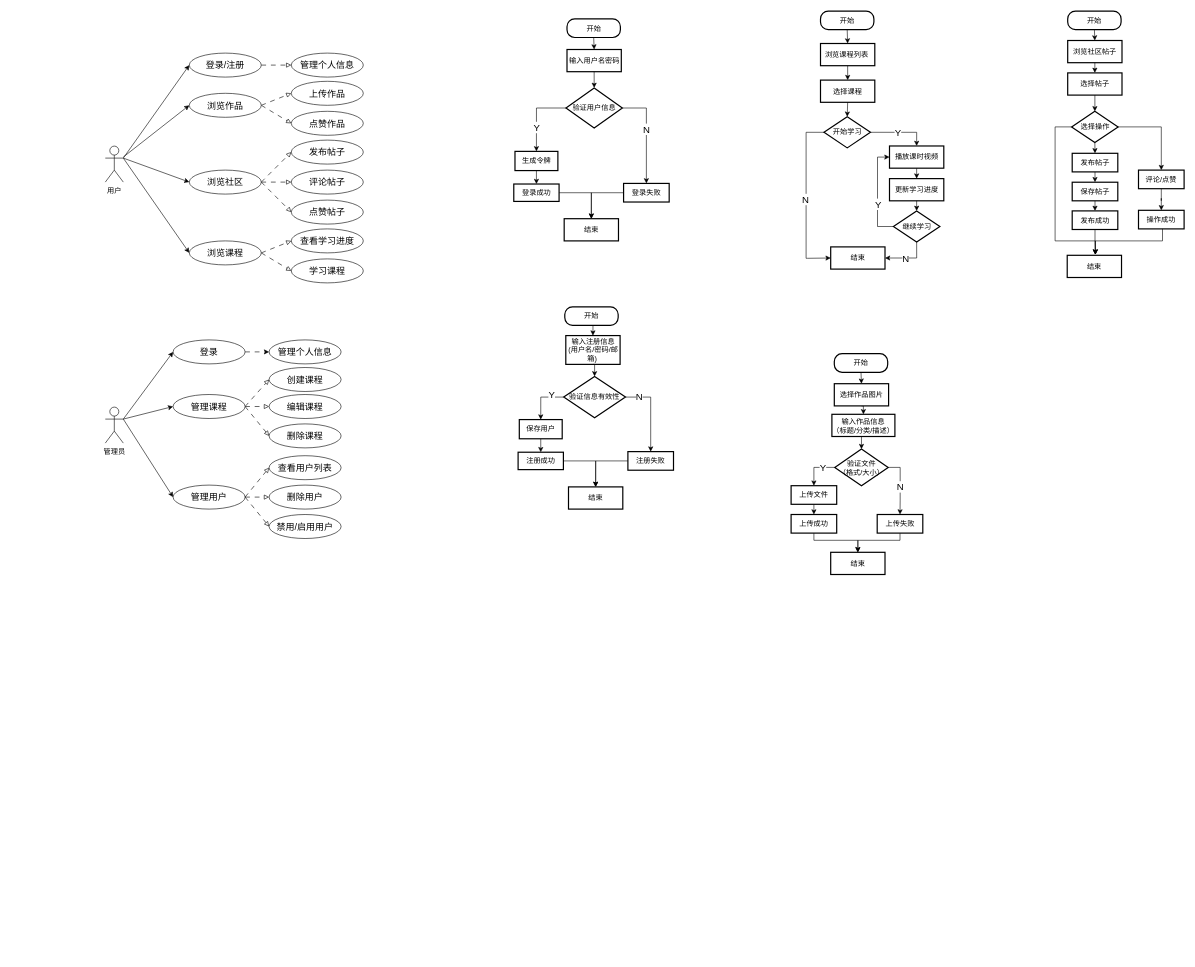
The draw.io diagram Untitled Diagram.drawio in tourbillon-e/remote-repo, before the edit. Source tidied: cells renumbered, new cells numbered last; positions are measured from the earlier drawing's top-left corner, leaving out a move shared by most shapes. Both pictures are drawn from the tidied source at 60%, with x=0, y=0 at pixel (105, 11).
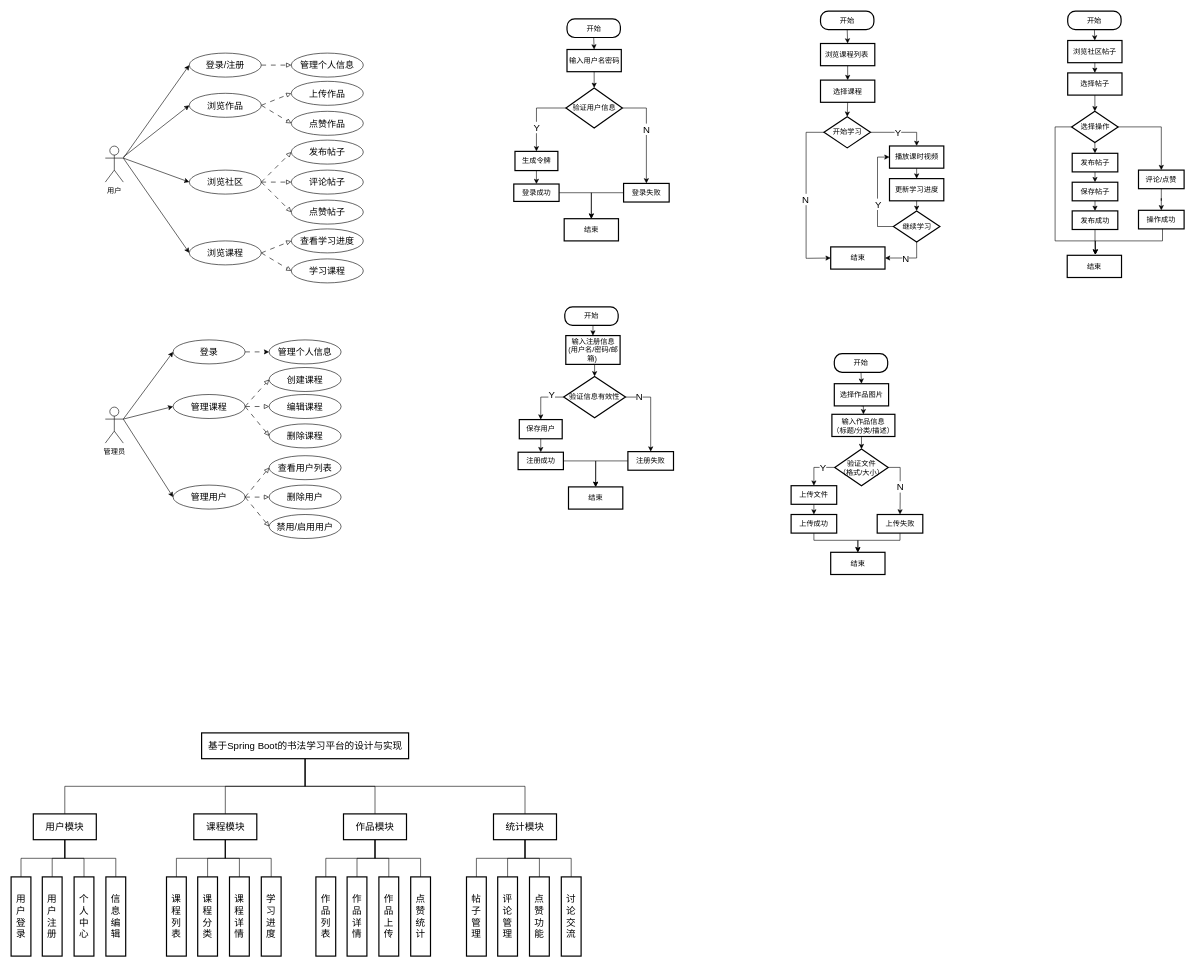
The same diagram, later.

Change to the diagram source:
```diff
@@
+    <mxCell id="140" style="edgeStyle=orthogonalEdgeStyle;rounded=0;jettySize=auto;html=1;entryX=0.5;entryY=0;entryDx=0;entryDy=0;endArrow=none;endFill=0;" parent="1" edge="1" source="144" target="154">
+      <mxGeometry relative="1" as="geometry" />
+    </mxCell>
+    <mxCell id="141" style="edgeStyle=orthogonalEdgeStyle;rounded=0;jettySize=auto;html=1;entryX=0.5;entryY=0;entryDx=0;entryDy=0;endArrow=none;endFill=0;" parent="1" edge="1" source="144" target="159">
+      <mxGeometry relative="1" as="geometry" />
+    </mxCell>
+    <mxCell id="142" style="edgeStyle=orthogonalEdgeStyle;rounded=0;jettySize=auto;html=1;entryX=0.5;entryY=0;entryDx=0;entryDy=0;exitX=0.5;exitY=1;exitDx=0;exitDy=0;endArrow=none;endFill=0;" parent="1" edge="1" source="144" target="164">
+      <mxGeometry relative="1" as="geometry" />
+    </mxCell>
+    <mxCell id="143" style="edgeStyle=orthogonalEdgeStyle;rounded=0;jettySize=auto;html=1;entryX=0.5;entryY=0;entryDx=0;entryDy=0;exitX=0.5;exitY=1;exitDx=0;exitDy=0;endArrow=none;endFill=0;" parent="1" edge="1" source="144" target="149">
+      <mxGeometry relative="1" as="geometry" />
+    </mxCell>
+    <mxCell id="144" value="&lt;font style=&quot;font-size: 16px;&quot;&gt;基于Spring Boot的书法学习平台的设计与实现&lt;/font&gt;" style="rounded=0;whiteSpace=wrap;html=1;strokeWidth=2;" parent="1" vertex="1">
+      <mxGeometry x="160.5" y="1203" width="345" height="43" as="geometry" />
+    </mxCell>
+    <mxCell id="145" style="edgeStyle=orthogonalEdgeStyle;rounded=0;jettySize=auto;html=1;entryX=0.5;entryY=0;entryDx=0;entryDy=0;exitX=0.5;exitY=1;exitDx=0;exitDy=0;endArrow=none;endFill=0;" parent="1" edge="1" source="149" target="165">
+      <mxGeometry relative="1" as="geometry" />
+    </mxCell>
+    <mxCell id="146" style="edgeStyle=orthogonalEdgeStyle;rounded=0;jettySize=auto;html=1;entryX=0.5;entryY=0;entryDx=0;entryDy=0;endArrow=none;endFill=0;" parent="1" edge="1" source="149" target="166">
+      <mxGeometry relative="1" as="geometry" />
+    </mxCell>
+    <mxCell id="147" style="edgeStyle=orthogonalEdgeStyle;rounded=0;jettySize=auto;html=1;entryX=0.5;entryY=0;entryDx=0;entryDy=0;endArrow=none;endFill=0;" parent="1" edge="1" source="149" target="167">
+      <mxGeometry relative="1" as="geometry" />
+    </mxCell>
+    <mxCell id="148" style="edgeStyle=orthogonalEdgeStyle;rounded=0;jettySize=auto;html=1;entryX=0.5;entryY=0;entryDx=0;entryDy=0;exitX=0.5;exitY=1;exitDx=0;exitDy=0;endArrow=none;endFill=0;" parent="1" edge="1" source="149" target="168">
+      <mxGeometry relative="1" as="geometry" />
+    </mxCell>
+    <mxCell id="149" value="&lt;font style=&quot;font-size: 16px;&quot;&gt;用户模块&lt;/font&gt;" style="rounded=0;whiteSpace=wrap;html=1;strokeWidth=2;" parent="1" vertex="1">
+      <mxGeometry x="-120" y="1338" width="105" height="43" as="geometry" />
+    </mxCell>
+    <mxCell id="150" style="edgeStyle=orthogonalEdgeStyle;rounded=0;jettySize=auto;html=1;entryX=0.5;entryY=0;entryDx=0;entryDy=0;exitX=0.5;exitY=1;exitDx=0;exitDy=0;endArrow=none;endFill=0;" parent="1" edge="1" source="154" target="169">
+      <mxGeometry relative="1" as="geometry" />
+    </mxCell>
+    <mxCell id="151" style="edgeStyle=orthogonalEdgeStyle;rounded=0;jettySize=auto;html=1;entryX=0.5;entryY=0;entryDx=0;entryDy=0;endArrow=none;endFill=0;" parent="1" edge="1" source="154" target="170">
+      <mxGeometry relative="1" as="geometry" />
+    </mxCell>
+    <mxCell id="152" style="edgeStyle=orthogonalEdgeStyle;rounded=0;jettySize=auto;html=1;entryX=0.5;entryY=0;entryDx=0;entryDy=0;endArrow=none;endFill=0;" parent="1" edge="1" source="154" target="171">
+      <mxGeometry relative="1" as="geometry" />
+    </mxCell>
+    <mxCell id="153" style="edgeStyle=orthogonalEdgeStyle;rounded=0;jettySize=auto;html=1;entryX=0.5;entryY=0;entryDx=0;entryDy=0;exitX=0.5;exitY=1;exitDx=0;exitDy=0;endArrow=none;endFill=0;" parent="1" edge="1" source="154" target="172">
+      <mxGeometry relative="1" as="geometry" />
+    </mxCell>
+    <mxCell id="154" value="&lt;font style=&quot;font-size: 16px;&quot;&gt;课程模块&lt;/font&gt;" style="rounded=0;whiteSpace=wrap;html=1;strokeWidth=2;" parent="1" vertex="1">
+      <mxGeometry x="147.5" y="1338" width="105" height="43" as="geometry" />
+    </mxCell>
+    <mxCell id="155" style="edgeStyle=orthogonalEdgeStyle;rounded=0;jettySize=auto;html=1;entryX=0.5;entryY=0;entryDx=0;entryDy=0;endArrow=none;endFill=0;" parent="1" edge="1" source="159" target="174">
+      <mxGeometry relative="1" as="geometry" />
+    </mxCell>
+    <mxCell id="156" style="edgeStyle=orthogonalEdgeStyle;rounded=0;jettySize=auto;html=1;entryX=0.5;entryY=0;entryDx=0;entryDy=0;endArrow=none;endFill=0;" parent="1" edge="1" source="159" target="175">
+      <mxGeometry relative="1" as="geometry" />
+    </mxCell>
+    <mxCell id="157" style="edgeStyle=orthogonalEdgeStyle;rounded=0;jettySize=auto;html=1;entryX=0.5;entryY=0;entryDx=0;entryDy=0;exitX=0.5;exitY=1;exitDx=0;exitDy=0;endArrow=none;endFill=0;" parent="1" edge="1" source="159" target="173">
+      <mxGeometry relative="1" as="geometry" />
+    </mxCell>
+    <mxCell id="158" style="edgeStyle=orthogonalEdgeStyle;rounded=0;jettySize=auto;html=1;exitX=0.5;exitY=1;exitDx=0;exitDy=0;entryX=0.5;entryY=0;entryDx=0;entryDy=0;endArrow=none;endFill=0;" parent="1" edge="1" source="159" target="176">
+      <mxGeometry relative="1" as="geometry" />
+    </mxCell>
+    <mxCell id="159" value="&lt;font style=&quot;font-size: 16px;&quot;&gt;作品模块&lt;/font&gt;" style="rounded=0;whiteSpace=wrap;html=1;strokeWidth=2;" parent="1" vertex="1">
+      <mxGeometry x="397" y="1338" width="105" height="43" as="geometry" />
+    </mxCell>
+    <mxCell id="160" style="edgeStyle=orthogonalEdgeStyle;rounded=0;jettySize=auto;html=1;entryX=0.5;entryY=0;entryDx=0;entryDy=0;endArrow=none;endFill=0;" parent="1" edge="1" source="164" target="179">
+      <mxGeometry relative="1" as="geometry" />
+    </mxCell>
+    <mxCell id="161" style="edgeStyle=orthogonalEdgeStyle;rounded=0;jettySize=auto;html=1;entryX=0.5;entryY=0;entryDx=0;entryDy=0;endArrow=none;endFill=0;" parent="1" edge="1" source="164" target="178">
+      <mxGeometry relative="1" as="geometry" />
+    </mxCell>
+    <mxCell id="162" style="edgeStyle=orthogonalEdgeStyle;rounded=0;jettySize=auto;html=1;entryX=0.5;entryY=0;entryDx=0;entryDy=0;exitX=0.5;exitY=1;exitDx=0;exitDy=0;endArrow=none;endFill=0;" parent="1" edge="1" source="164" target="177">
+      <mxGeometry relative="1" as="geometry" />
+    </mxCell>
+    <mxCell id="163" style="edgeStyle=orthogonalEdgeStyle;rounded=0;jettySize=auto;html=1;entryX=0.5;entryY=0;entryDx=0;entryDy=0;exitX=0.5;exitY=1;exitDx=0;exitDy=0;endArrow=none;endFill=0;" parent="1" edge="1" source="164" target="180">
+      <mxGeometry relative="1" as="geometry" />
+    </mxCell>
+    <mxCell id="164" value="&lt;font style=&quot;font-size: 16px;&quot;&gt;统计模块&lt;/font&gt;" style="rounded=0;whiteSpace=wrap;html=1;strokeWidth=2;" parent="1" vertex="1">
+      <mxGeometry x="647" y="1338" width="105" height="43" as="geometry" />
+    </mxCell>
+    <mxCell id="165" value="&lt;div style=&quot;&quot;&gt;&lt;span style=&quot;background-color: transparent; color: light-dark(rgb(0, 0, 0), rgb(255, 255, 255));&quot;&gt;&lt;font style=&quot;font-size: 16px;&quot;&gt;用户登录&lt;/font&gt;&lt;/span&gt;&lt;/div&gt;" style="rounded=0;whiteSpace=wrap;html=1;strokeWidth=2;align=center;" parent="1" vertex="1">
+      <mxGeometry x="-157" y="1443" width="33" height="132" as="geometry" />
+    </mxCell>
+    <mxCell id="166" value="&lt;div style=&quot;&quot;&gt;&lt;span style=&quot;background-color: transparent; color: light-dark(rgb(0, 0, 0), rgb(255, 255, 255));&quot;&gt;&lt;font style=&quot;font-size: 16px;&quot;&gt;用户注册&lt;/font&gt;&lt;/span&gt;&lt;/div&gt;" style="rounded=0;whiteSpace=wrap;html=1;strokeWidth=2;align=center;" parent="1" vertex="1">
+      <mxGeometry x="-105" y="1443" width="33" height="132" as="geometry" />
+    </mxCell>
+    <mxCell id="167" value="&lt;div style=&quot;&quot;&gt;&lt;span style=&quot;font-size: 16px;&quot;&gt;个人中心&lt;/span&gt;&lt;/div&gt;" style="rounded=0;whiteSpace=wrap;html=1;strokeWidth=2;align=center;" parent="1" vertex="1">
+      <mxGeometry x="-52" y="1443" width="33" height="132" as="geometry" />
+    </mxCell>
+    <mxCell id="168" value="&lt;div style=&quot;&quot;&gt;&lt;span style=&quot;font-size: 16px;&quot;&gt;信息编辑&lt;/span&gt;&lt;/div&gt;" style="rounded=0;whiteSpace=wrap;html=1;strokeWidth=2;align=center;" parent="1" vertex="1">
+      <mxGeometry x="1" y="1443" width="33" height="132" as="geometry" />
+    </mxCell>
+    <mxCell id="169" value="&lt;div style=&quot;&quot;&gt;&lt;span style=&quot;font-size: 16px;&quot;&gt;课程列表&lt;/span&gt;&lt;/div&gt;" style="rounded=0;whiteSpace=wrap;html=1;strokeWidth=2;align=center;" parent="1" vertex="1">
+      <mxGeometry x="102" y="1443" width="33" height="132" as="geometry" />
+    </mxCell>
+    <mxCell id="170" value="&lt;div style=&quot;&quot;&gt;&lt;span style=&quot;font-size: 16px;&quot;&gt;课程分类&lt;/span&gt;&lt;/div&gt;" style="rounded=0;whiteSpace=wrap;html=1;strokeWidth=2;align=center;" parent="1" vertex="1">
+      <mxGeometry x="154" y="1443" width="33" height="132" as="geometry" />
+    </mxCell>
+    <mxCell id="171" value="&lt;div style=&quot;&quot;&gt;&lt;span style=&quot;font-size: 16px;&quot;&gt;课程详情&lt;/span&gt;&lt;/div&gt;" style="rounded=0;whiteSpace=wrap;html=1;strokeWidth=2;align=center;" parent="1" vertex="1">
+      <mxGeometry x="207" y="1443" width="33" height="132" as="geometry" />
+    </mxCell>
+    <mxCell id="172" value="&lt;div style=&quot;&quot;&gt;&lt;span style=&quot;font-size: 16px;&quot;&gt;学习进度&lt;/span&gt;&lt;/div&gt;" style="rounded=0;whiteSpace=wrap;html=1;strokeWidth=2;align=center;" parent="1" vertex="1">
+      <mxGeometry x="260" y="1443" width="33" height="132" as="geometry" />
+    </mxCell>
+    <mxCell id="173" value="&lt;div style=&quot;&quot;&gt;&lt;span style=&quot;font-size: 16px;&quot;&gt;作品列表&lt;/span&gt;&lt;/div&gt;" style="rounded=0;whiteSpace=wrap;html=1;strokeWidth=2;align=center;" parent="1" vertex="1">
+      <mxGeometry x="351" y="1443" width="33" height="132" as="geometry" />
+    </mxCell>
+    <mxCell id="174" value="&lt;div style=&quot;&quot;&gt;&lt;span style=&quot;font-size: 16px;&quot;&gt;作品详情&lt;/span&gt;&lt;/div&gt;" style="rounded=0;whiteSpace=wrap;html=1;strokeWidth=2;align=center;" parent="1" vertex="1">
+      <mxGeometry x="403" y="1443" width="33" height="132" as="geometry" />
+    </mxCell>
+    <mxCell id="175" value="&lt;div style=&quot;&quot;&gt;&lt;span style=&quot;font-size: 16px;&quot;&gt;作品上传&lt;/span&gt;&lt;/div&gt;" style="rounded=0;whiteSpace=wrap;html=1;strokeWidth=2;align=center;" parent="1" vertex="1">
+      <mxGeometry x="456" y="1443" width="33" height="132" as="geometry" />
+    </mxCell>
+    <mxCell id="176" value="&lt;div style=&quot;&quot;&gt;&lt;span style=&quot;font-size: 16px;&quot;&gt;点赞统计&lt;/span&gt;&lt;/div&gt;" style="rounded=0;whiteSpace=wrap;html=1;strokeWidth=2;align=center;" parent="1" vertex="1">
+      <mxGeometry x="509" y="1443" width="33" height="132" as="geometry" />
+    </mxCell>
+    <mxCell id="177" value="&lt;div style=&quot;&quot;&gt;&lt;span style=&quot;font-size: 16px;&quot;&gt;帖子管理&lt;/span&gt;&lt;/div&gt;" style="rounded=0;whiteSpace=wrap;html=1;strokeWidth=2;align=center;" parent="1" vertex="1">
+      <mxGeometry x="602" y="1443" width="33" height="132" as="geometry" />
+    </mxCell>
+    <mxCell id="178" value="&lt;div style=&quot;&quot;&gt;&lt;span style=&quot;font-size: 16px;&quot;&gt;评论管理&lt;/span&gt;&lt;/div&gt;" style="rounded=0;whiteSpace=wrap;html=1;strokeWidth=2;align=center;" parent="1" vertex="1">
+      <mxGeometry x="654" y="1443" width="33" height="132" as="geometry" />
+    </mxCell>
+    <mxCell id="179" value="&lt;div style=&quot;&quot;&gt;&lt;span style=&quot;font-size: 16px;&quot;&gt;点赞功能&lt;/span&gt;&lt;/div&gt;" style="rounded=0;whiteSpace=wrap;html=1;strokeWidth=2;align=center;" parent="1" vertex="1">
+      <mxGeometry x="707" y="1443" width="33" height="132" as="geometry" />
+    </mxCell>
+    <mxCell id="180" value="&lt;div style=&quot;&quot;&gt;&lt;span style=&quot;font-size: 16px;&quot;&gt;讨论交流&lt;/span&gt;&lt;/div&gt;" style="rounded=0;whiteSpace=wrap;html=1;strokeWidth=2;align=center;" parent="1" vertex="1">
+      <mxGeometry x="760" y="1443" width="33" height="132" as="geometry" />
+    </mxCell>
```
